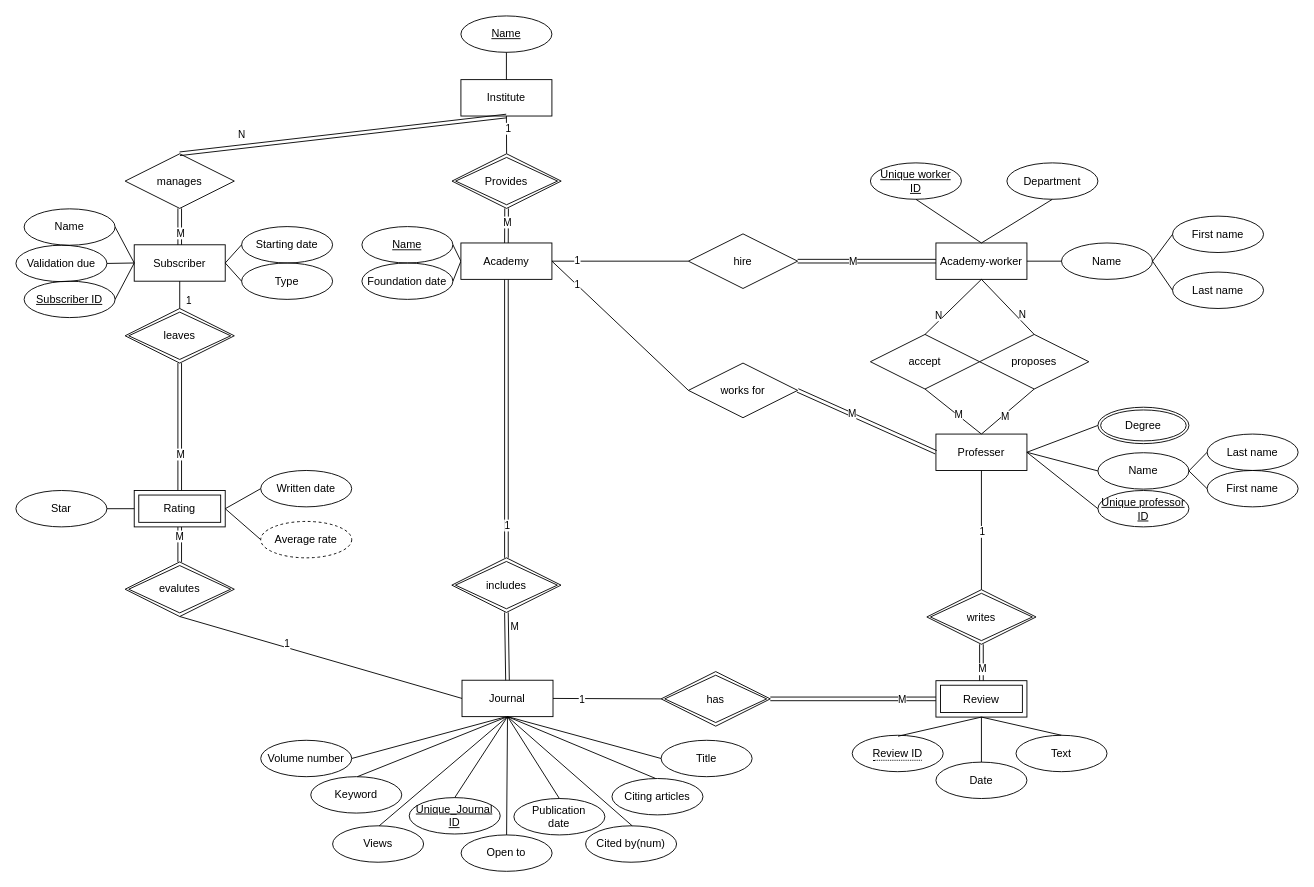
This is 학교과제/seo.drawio from waroad/Problem-Solving, a draw.io file, before an edit. Source tidied: cells renumbered, new cells numbered last; positions are measured from the earlier drawing's top-left corner, leaving out a move shared by most shapes. Both pictures are drawn from the tidied source at 91%, with x=0, y=0 at pixel (15, 15).
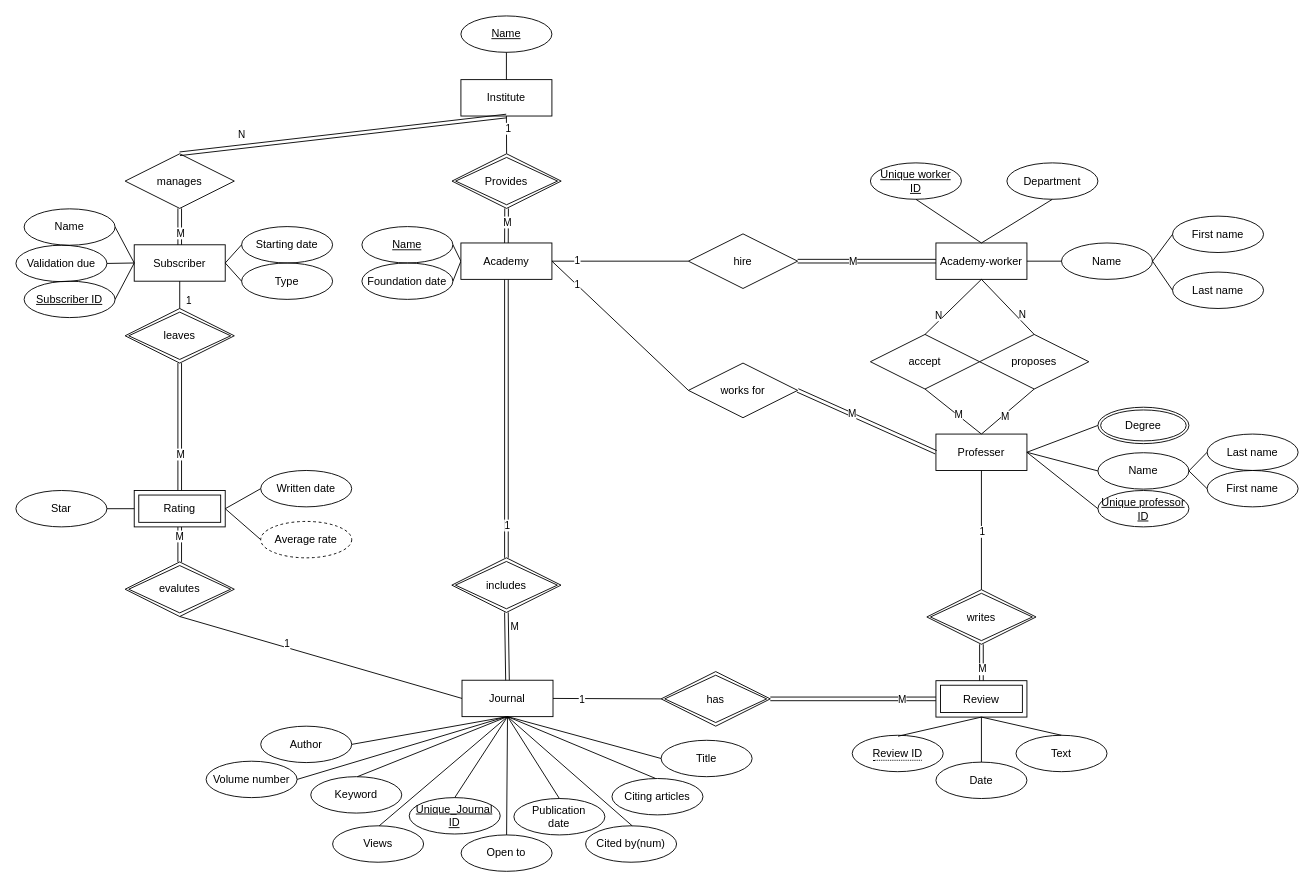
The same page after the edit.

The change refers to these unchanged cells:
```xml
<mxCell id="2" value="Journal" style="whiteSpace=wrap;html=1;align=center;direction=west;" parent="1" vertex="1">
  <mxGeometry x="490.2" y="730" width="100" height="40" as="geometry" />
</mxCell>
```

The edit, as a diff of the source:
```diff
@@
     <mxCell id="111" value="Volume number" style="ellipse;whiteSpace=wrap;html=1;align=center;fillColor=none;gradientColor=default;direction=west;" parent="1" vertex="1">
-      <mxGeometry x="269" y="796" width="100" height="40" as="geometry" />
+      <mxGeometry x="209" y="819" width="100" height="40" as="geometry" />
     </mxCell>
@@
+    <mxCell id="131" value="Author" style="ellipse;whiteSpace=wrap;html=1;align=center;fillColor=none;gradientColor=default;direction=west;" parent="1" vertex="1">
+      <mxGeometry x="269" y="780.5" width="100" height="40" as="geometry" />
+    </mxCell>
+    <mxCell id="132" style="endArrow=none;html=1;rounded=0;entryX=0;entryY=0.5;entryDx=0;entryDy=0;exitX=0.5;exitY=0;exitDx=0;exitDy=0;" parent="1" edge="1" source="2" target="131">
+      <mxGeometry relative="1" as="geometry" />
+    </mxCell>
```
